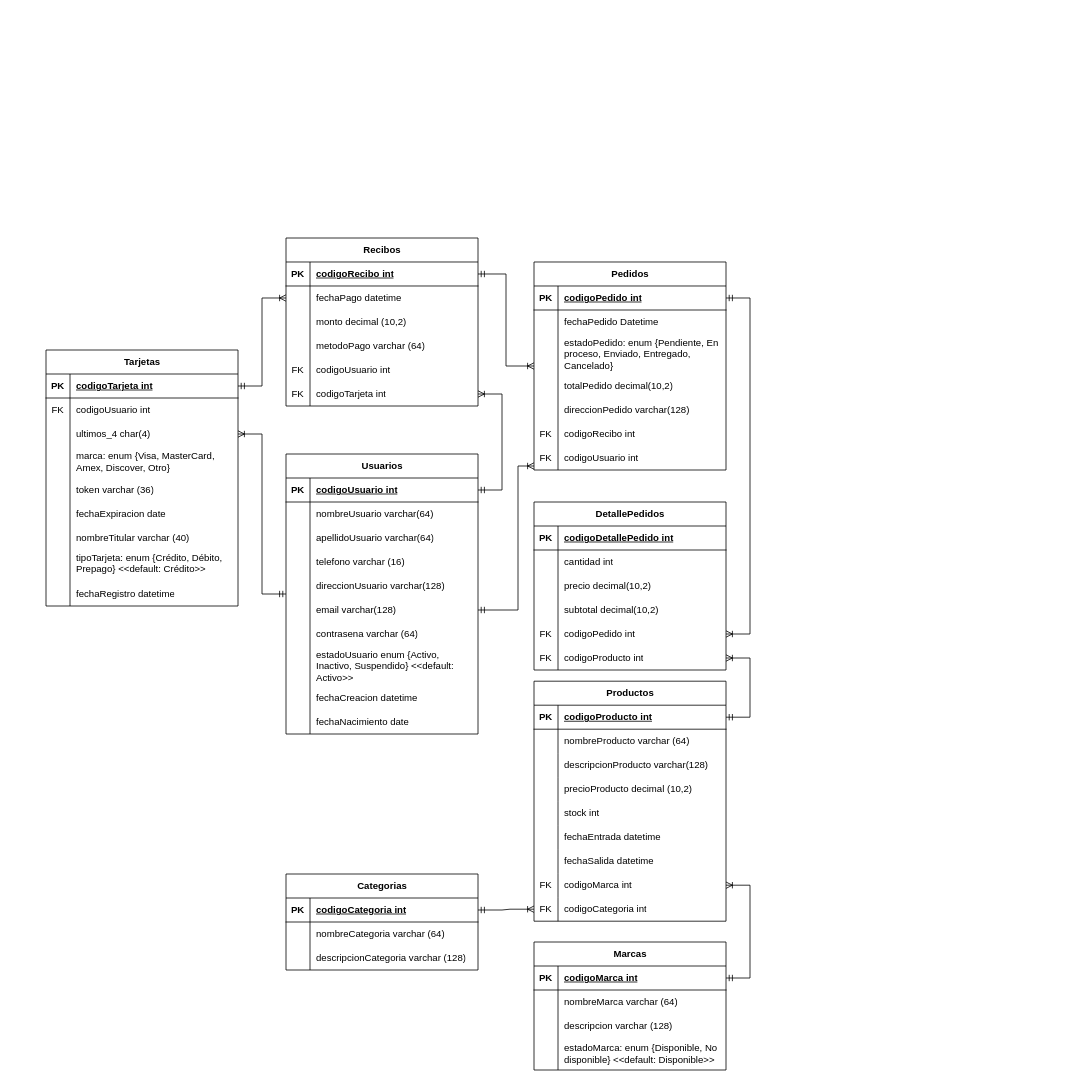
Earlier version of the draw.io diagram project-resources/ProyectoBimestral3.drawio (JackFallas/HyprdeskApplicationWeb). Source tidied: cells renumbered, new cells numbered last; positions are measured from the earlier drawing's top-left corner, leaving out a move shared by most shapes. Both pictures are drawn from the tidied source at 80%, with x=0, y=0 at pixel (46, 238).
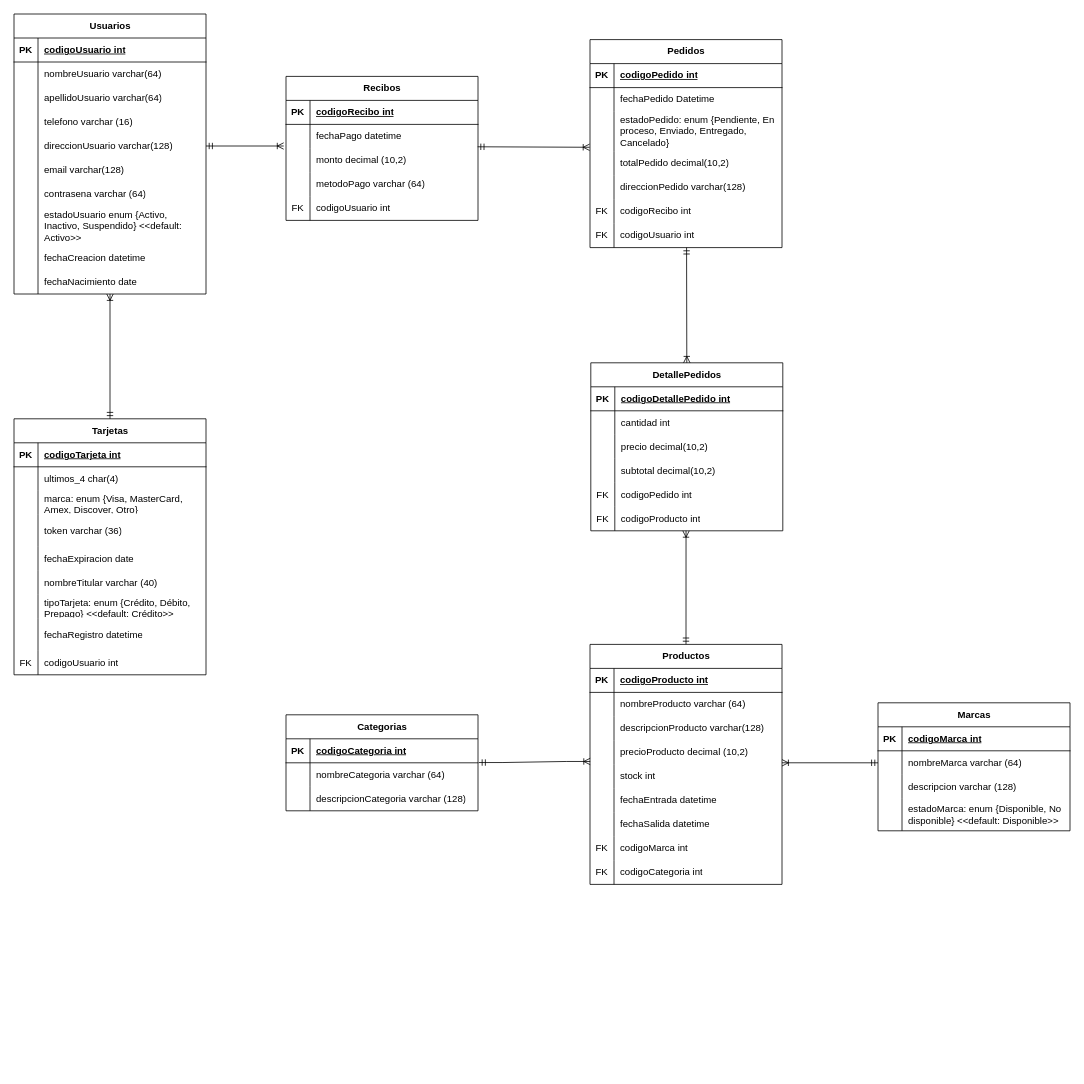
Above is the later version.

Commit message:
T33 - Corrección del diagrama UML

q
q

Unchanged cells that the change refers to:
```xml
<mxCell id="3" style="shape=tableRow;horizontal=0;startSize=0;swimlaneHead=0;swimlaneBody=0;fillColor=none;points=[[0,0.5],[1,0.5]];portConstraint=eastwest;top=0;left=0;right=0;bottom=1;" parent="2" vertex="1">
<mxCell id="15" style="shape=tableRow;horizontal=0;startSize=0;swimlaneHead=0;swimlaneBody=0;fillColor=none;points=[[0,0.5],[1,0.5]];portConstraint=eastwest;top=0;left=0;right=0;bottom=0;" parent="2" vertex="1">
<mxCell id="18" style="shape=tableRow;horizontal=0;startSize=0;swimlaneHead=0;swimlaneBody=0;fillColor=none;points=[[0,0.5],[1,0.5]];portConstraint=eastwest;top=0;left=0;right=0;bottom=0;" parent="2" vertex="1">
<mxCell id="30" style="shape=tableRow;horizontal=0;startSize=0;swimlaneHead=0;swimlaneBody=0;fillColor=none;points=[[0,0.5],[1,0.5]];portConstraint=eastwest;top=0;left=0;right=0;bottom=0;" parent="2" vertex="1">
<mxCell id="34" style="shape=tableRow;horizontal=0;startSize=0;swimlaneHead=0;swimlaneBody=0;fillColor=none;points=[[0,0.5],[1,0.5]];portConstraint=eastwest;top=0;left=0;right=0;bottom=1;" parent="33" vertex="1">
<mxCell id="37" style="shape=tableRow;horizontal=0;startSize=0;swimlaneHead=0;swimlaneBody=0;fillColor=none;points=[[0,0.5],[1,0.5]];portConstraint=eastwest;top=0;left=0;right=0;bottom=0;" parent="33" vertex="1">
<mxCell id="44" style="shape=tableRow;horizontal=0;startSize=0;swimlaneHead=0;swimlaneBody=0;fillColor=none;points=[[0,0.5],[1,0.5]];portConstraint=eastwest;top=0;left=0;right=0;bottom=1;" parent="43" vertex="1">
<mxCell id="50" style="shape=tableRow;horizontal=0;startSize=0;swimlaneHead=0;swimlaneBody=0;fillColor=none;points=[[0,0.5],[1,0.5]];portConstraint=eastwest;top=0;left=0;right=0;bottom=0;" parent="43" vertex="1">
<mxCell id="62" style="shape=tableRow;horizontal=0;startSize=0;swimlaneHead=0;swimlaneBody=0;fillColor=none;points=[[0,0.5],[1,0.5]];portConstraint=eastwest;top=0;left=0;right=0;bottom=0;" parent="43" vertex="1">
<mxCell id="78" style="shape=tableRow;horizontal=0;startSize=0;swimlaneHead=0;swimlaneBody=0;fillColor=none;points=[[0,0.5],[1,0.5]];portConstraint=eastwest;top=0;left=0;right=0;bottom=0;" parent="65" vertex="1">
<mxCell id="81" style="shape=tableRow;horizontal=0;startSize=0;swimlaneHead=0;swimlaneBody=0;fillColor=none;points=[[0,0.5],[1,0.5]];portConstraint=eastwest;top=0;left=0;right=0;bottom=0;" parent="65" vertex="1">
<mxCell id="89" style="shape=tableRow;horizontal=0;startSize=0;swimlaneHead=0;swimlaneBody=0;fillColor=none;points=[[0,0.5],[1,0.5]];portConstraint=eastwest;top=0;left=0;right=0;bottom=1;" parent="88" vertex="1">
<mxCell id="98" style="shape=tableRow;horizontal=0;startSize=0;swimlaneHead=0;swimlaneBody=0;fillColor=none;points=[[0,0.5],[1,0.5]];portConstraint=eastwest;top=0;left=0;right=0;bottom=0;" parent="88" vertex="1">
<mxCell id="101" style="shape=tableRow;horizontal=0;startSize=0;swimlaneHead=0;swimlaneBody=0;fillColor=none;points=[[0,0.5],[1,0.5]];portConstraint=eastwest;top=0;left=0;right=0;bottom=0;" parent="88" vertex="1">
<mxCell id="110" style="shape=tableRow;horizontal=0;startSize=0;swimlaneHead=0;swimlaneBody=0;fillColor=none;points=[[0,0.5],[1,0.5]];portConstraint=eastwest;top=0;left=0;right=0;bottom=0;" parent="88" vertex="1">
<mxCell id="113" style="shape=tableRow;horizontal=0;startSize=0;swimlaneHead=0;swimlaneBody=0;fillColor=none;points=[[0,0.5],[1,0.5]];portConstraint=eastwest;top=0;left=0;right=0;bottom=0;" parent="88" vertex="1">
<mxCell id="119" style="shape=tableRow;horizontal=0;startSize=0;swimlaneHead=0;swimlaneBody=0;fillColor=none;points=[[0,0.5],[1,0.5]];portConstraint=eastwest;top=0;left=0;right=0;bottom=1;" parent="118" vertex="1">
<mxCell id="122" style="shape=tableRow;horizontal=0;startSize=0;swimlaneHead=0;swimlaneBody=0;fillColor=none;points=[[0,0.5],[1,0.5]];portConstraint=eastwest;top=0;left=0;right=0;bottom=0;" parent="118" vertex="1">
<mxCell id="133" style="shape=tableRow;horizontal=0;startSize=0;swimlaneHead=0;swimlaneBody=0;fillColor=none;points=[[0,0.5],[1,0.5]];portConstraint=eastwest;top=0;left=0;right=0;bottom=1;" parent="132" vertex="1">
<mxCell id="136" style="shape=tableRow;horizontal=0;startSize=0;swimlaneHead=0;swimlaneBody=0;fillColor=none;top=0;left=0;right=0;bottom=0;" parent="132" vertex="1">
<mxCell id="139" style="shape=tableRow;horizontal=0;startSize=0;swimlaneHead=0;swimlaneBody=0;fillColor=none;points=[[0,0.5],[1,0.5]];portConstraint=eastwest;top=0;left=0;right=0;bottom=0;" parent="132" vertex="1">
<mxCell id="142" style="shape=tableRow;horizontal=0;startSize=0;swimlaneHead=0;swimlaneBody=0;fillColor=none;top=0;left=0;right=0;bottom=0;" parent="132" vertex="1">
<mxCell id="145" style="shape=tableRow;horizontal=0;startSize=0;swimlaneHead=0;swimlaneBody=0;fillColor=none;top=0;left=0;right=0;bottom=0;" parent="132" vertex="1">
<mxCell id="148" style="shape=tableRow;horizontal=0;startSize=0;swimlaneHead=0;swimlaneBody=0;fillColor=none;top=0;left=0;right=0;bottom=0;" parent="132" vertex="1">
<mxCell id="151" style="shape=tableRow;horizontal=0;startSize=0;swimlaneHead=0;swimlaneBody=0;fillColor=none;top=0;left=0;right=0;bottom=0;" parent="132" vertex="1">
<mxCell id="154" style="shape=tableRow;horizontal=0;startSize=0;swimlaneHead=0;swimlaneBody=0;fillColor=none;top=0;left=0;right=0;bottom=0;" parent="132" vertex="1">
<mxCell id="157" style="shape=tableRow;horizontal=0;startSize=0;swimlaneHead=0;swimlaneBody=0;fillColor=none;top=0;left=0;right=0;bottom=0;" parent="132" vertex="1">
<mxCell id="163" style="shape=tableRow;horizontal=0;startSize=0;swimlaneHead=0;swimlaneBody=0;fillColor=none;points=[[0,0.5],[1,0.5]];portConstraint=eastwest;top=0;left=0;right=0;bottom=1;" parent="162" vertex="1">
<mxCell id="166" style="shape=tableRow;horizontal=0;startSize=0;swimlaneHead=0;swimlaneBody=0;fillColor=none;points=[[0,0.5],[1,0.5]];portConstraint=eastwest;top=0;left=0;right=0;bottom=0;" parent="162" vertex="1">
<mxCell id="169" style="shape=tableRow;horizontal=0;startSize=0;swimlaneHead=0;swimlaneBody=0;fillColor=none;points=[[0,0.5],[1,0.5]];portConstraint=eastwest;top=0;left=0;right=0;bottom=0;" parent="162" vertex="1">
```

What changed in the source:
```diff
@@
     <mxCell id="2" value="Usuarios" style="shape=table;startSize=30;childLayout=tableLayout;rowLines=0;fontStyle=1;align=center;html=1;" parent="1" vertex="1">
-      <mxGeometry x="300" y="270" width="240" height="350" as="geometry" />
+      <mxGeometry x="-40" y="-280" width="240" height="350" as="geometry" />
     </mxCell>
@@
     <mxCell id="33" value="Categorias" style="shape=table;startSize=30;childLayout=tableLayout;rowLines=0;fontStyle=1;align=center;html=1;" parent="1" vertex="1">
-      <mxGeometry x="300" y="795" width="240" height="120" as="geometry" />
+      <mxGeometry x="300" y="596" width="240" height="120" as="geometry" />
     </mxCell>
@@
     <mxCell id="43" value="Pedidos" style="shape=table;startSize=30;childLayout=tableLayout;rowLines=0;fontStyle=1;align=center;html=1;" parent="1" vertex="1">
-      <mxGeometry x="610" y="30" width="240" height="260" as="geometry" />
+      <mxGeometry x="680" y="-248" width="240" height="260" as="geometry" />
     </mxCell>
@@
     <mxCell id="65" value="DetallePedidos" style="shape=table;startSize=30;childLayout=tableLayout;rowLines=0;fontStyle=1;align=center;html=1;" parent="1" vertex="1">
-      <mxGeometry x="610" y="330" width="240" height="210" as="geometry" />
+      <mxGeometry x="681" y="156" width="240" height="210" as="geometry" />
     </mxCell>
@@
-    <mxCell id="84" style="edgeStyle=orthogonalEdgeStyle;fontSize=12;html=1;endArrow=ERoneToMany;startArrow=ERmandOne;rounded=0;" parent="1" edge="1" source="18" target="62">
-      <mxGeometry relative="1" as="geometry">
-        <Array as="points">
-          <mxPoint x="590" y="465" />
-          <mxPoint x="590" y="285" />
-        </Array>
-      </mxGeometry>
-    </mxCell>
-    <mxCell id="85" style="edgeStyle=entityRelationEdgeStyle;fontSize=12;html=1;endArrow=ERoneToMany;startArrow=ERmandOne;rounded=0;" parent="1" edge="1" source="44" target="78">
+    <mxCell id="85" style="fontSize=12;html=1;endArrow=ERoneToMany;startArrow=ERmandOne;rounded=0;entryX=0.5;entryY=0;entryDx=0;entryDy=0;exitX=0.503;exitY=1;exitDx=0;exitDy=0;exitPerimeter=0;" parent="1" edge="1" source="62" target="65">
       <mxGeometry relative="1" as="geometry" />
     </mxCell>
-    <mxCell id="86" style="edgeStyle=entityRelationEdgeStyle;fontSize=12;html=1;endArrow=ERoneToMany;startArrow=ERmandOne;rounded=0;" parent="1" edge="1" source="89" target="81">
-      <mxGeometry relative="1" as="geometry">
-        <Array as="points">
-          <mxPoint x="780" y="390" />
-          <mxPoint x="900" y="400" />
-          <mxPoint x="820" y="430" />
-        </Array>
-      </mxGeometry>
+    <mxCell id="86" style="fontSize=12;html=1;endArrow=ERoneToMany;startArrow=ERmandOne;rounded=0;exitX=0.5;exitY=0;exitDx=0;exitDy=0;entryX=0.496;entryY=1;entryDx=0;entryDy=0;entryPerimeter=0;" parent="1" edge="1" source="88" target="81">
+      <mxGeometry relative="1" as="geometry" />
     </mxCell>
-    <mxCell id="87" style="edgeStyle=entityRelationEdgeStyle;fontSize=12;html=1;endArrow=ERoneToMany;startArrow=ERmandOne;rounded=0;" parent="1" edge="1" source="34" target="113">
+    <mxCell id="87" style="edgeStyle=entityRelationEdgeStyle;fontSize=12;html=1;endArrow=ERoneToMany;startArrow=ERmandOne;rounded=0;exitX=1.005;exitY=-0.011;exitDx=0;exitDy=0;exitPerimeter=0;entryX=0.001;entryY=-0.122;entryDx=0;entryDy=0;entryPerimeter=0;" parent="1" edge="1" source="37" target="101">
       <mxGeometry relative="1" as="geometry" />
     </mxCell>
     <mxCell id="88" value="Productos" style="shape=table;startSize=30;childLayout=tableLayout;rowLines=0;fontStyle=1;align=center;html=1;" parent="1" vertex="1">
-      <mxGeometry x="610" y="554" width="240" height="300" as="geometry" />
+      <mxGeometry x="680" y="508" width="240" height="300" as="geometry" />
     </mxCell>
@@
-    <mxCell id="116" style="edgeStyle=orthogonalEdgeStyle;fontSize=12;html=1;endArrow=ERoneToMany;startArrow=ERmandOne;rounded=0;" parent="1" edge="1" source="163" target="43">
-      <mxGeometry relative="1" as="geometry" />
-    </mxCell>
-    <mxCell id="117" style="edgeStyle=entityRelationEdgeStyle;fontSize=12;html=1;endArrow=ERoneToMany;startArrow=ERmandOne;rounded=0;" parent="1" edge="1" source="2" target="139">
-      <mxGeometry relative="1" as="geometry" />
-    </mxCell>
     <mxCell id="118" value="Marcas" style="shape=table;startSize=30;childLayout=tableLayout;rowLines=0;fontStyle=1;align=center;html=1;" parent="1" vertex="1">
-      <mxGeometry x="610" y="880" width="240" height="160" as="geometry" />
+      <mxGeometry x="1040" y="581" width="240" height="160" as="geometry" />
     </mxCell>
@@
-    <mxCell id="131" style="edgeStyle=entityRelationEdgeStyle;fontSize=12;html=1;endArrow=ERoneToMany;startArrow=ERmandOne;rounded=0;" parent="1" edge="1" source="119" target="110">
+    <mxCell id="131" style="edgeStyle=entityRelationEdgeStyle;fontSize=12;html=1;endArrow=ERoneToMany;startArrow=ERmandOne;rounded=0;entryX=1;entryY=0.933;entryDx=0;entryDy=0;entryPerimeter=0;exitX=0;exitY=0.5;exitDx=0;exitDy=0;" parent="1" edge="1" source="122" target="98">
       <mxGeometry relative="1" as="geometry" />
     </mxCell>
     <mxCell id="132" value="Tarjetas" style="shape=table;startSize=30;childLayout=tableLayout;rowLines=0;fontStyle=1;align=center;html=1;" parent="1" vertex="1">
-      <mxGeometry y="140" width="240" height="320" as="geometry" />
+      <mxGeometry x="-40" y="226" width="240" height="320" as="geometry" />
     </mxCell>
@@
-    <mxCell id="137" value="FK" style="shape=partialRectangle;fillColor=none;top=0;left=0;bottom=0;right=0;overflow=hidden;whiteSpace=wrap;html=1;" parent="136" vertex="1">
+    <mxCell id="137" style="shape=partialRectangle;fillColor=none;top=0;left=0;bottom=0;right=0;overflow=hidden;whiteSpace=wrap;html=1;" parent="136" vertex="1">
       <mxGeometry width="30" height="30" as="geometry" />
     </mxCell>
-    <mxCell id="138" value="codigoUsuario int" style="shape=partialRectangle;fillColor=none;top=0;left=0;bottom=0;right=0;align=left;spacingLeft=6;overflow=hidden;whiteSpace=wrap;html=1;" parent="136" vertex="1">
+    <mxCell id="138" value="ultimos_4 char(4)" style="shape=partialRectangle;fillColor=none;top=0;left=0;bottom=0;right=0;align=left;spacingLeft=6;overflow=hidden;whiteSpace=wrap;html=1;" parent="136" vertex="1">
       <mxGeometry x="30" width="210" height="30" as="geometry" />
     </mxCell>
@@
-    <mxCell id="141" value="ultimos_4 char(4)" style="shape=partialRectangle;fillColor=none;top=0;left=0;bottom=0;right=0;align=left;spacingLeft=6;overflow=hidden;whiteSpace=wrap;html=1;" parent="139" vertex="1">
+    <mxCell id="141" value="marca: enum {Visa, MasterCard, Amex, Discover, Otro}" style="shape=partialRectangle;fillColor=none;top=0;left=0;bottom=0;right=0;align=left;spacingLeft=6;overflow=hidden;whiteSpace=wrap;html=1;" parent="139" vertex="1">
       <mxGeometry x="30" width="210" height="30" as="geometry" />
     </mxCell>
@@
-    <mxCell id="144" value="&lt;div&gt;marca: enum {Visa, MasterCard, Amex, Discover, Otro}&lt;/div&gt;" style="shape=partialRectangle;fillColor=none;top=0;left=0;bottom=0;right=0;align=left;spacingLeft=6;overflow=hidden;whiteSpace=wrap;html=1;" parent="142" vertex="1">
+    <mxCell id="144" value="token varchar (36)" style="shape=partialRectangle;fillColor=none;top=0;left=0;bottom=0;right=0;align=left;spacingLeft=6;overflow=hidden;whiteSpace=wrap;html=1;" parent="142" vertex="1">
       <mxGeometry x="30" width="210" height="40" as="geometry" />
     </mxCell>
@@
-    <mxCell id="147" value="token varchar (36)" style="shape=partialRectangle;fillColor=none;top=0;left=0;bottom=0;right=0;align=left;spacingLeft=6;overflow=hidden;whiteSpace=wrap;html=1;" parent="145" vertex="1">
+    <mxCell id="147" value="fechaExpiracion date" style="shape=partialRectangle;fillColor=none;top=0;left=0;bottom=0;right=0;align=left;spacingLeft=6;overflow=hidden;whiteSpace=wrap;html=1;" parent="145" vertex="1">
       <mxGeometry x="30" width="210" height="30" as="geometry" />
     </mxCell>
@@
-    <mxCell id="150" value="fechaExpiracion date" style="shape=partialRectangle;fillColor=none;top=0;left=0;bottom=0;right=0;align=left;spacingLeft=6;overflow=hidden;whiteSpace=wrap;html=1;" parent="148" vertex="1">
+    <mxCell id="150" value="nombreTitular varchar (40)" style="shape=partialRectangle;fillColor=none;top=0;left=0;bottom=0;right=0;align=left;spacingLeft=6;overflow=hidden;whiteSpace=wrap;html=1;" parent="148" vertex="1">
       <mxGeometry x="30" width="210" height="30" as="geometry" />
     </mxCell>
@@
-    <mxCell id="153" value="nombreTitular varchar (40)" style="shape=partialRectangle;fillColor=none;top=0;left=0;bottom=0;right=0;align=left;spacingLeft=6;overflow=hidden;whiteSpace=wrap;html=1;" parent="151" vertex="1">
+    <mxCell id="153" value="&lt;div&gt;tipoTarjeta: enum {Crédito, Débito, Prepago} &amp;lt;&amp;lt;default: Crédito&amp;gt;&amp;gt;&lt;/div&gt;" style="shape=partialRectangle;fillColor=none;top=0;left=0;bottom=0;right=0;align=left;spacingLeft=6;overflow=hidden;whiteSpace=wrap;html=1;" parent="151" vertex="1">
       <mxGeometry x="30" width="210" height="30" as="geometry" />
     </mxCell>
@@
-    <mxCell id="156" value="&lt;div&gt;tipoTarjeta: enum {Crédito, Débito, Prepago} &amp;lt;&amp;lt;default: Crédito&amp;gt;&amp;gt;&lt;/div&gt;&lt;div&gt;&lt;br&gt;&lt;/div&gt;" style="shape=partialRectangle;fillColor=none;top=0;left=0;bottom=0;right=0;align=left;spacingLeft=6;overflow=hidden;whiteSpace=wrap;html=1;" parent="154" vertex="1">
+    <mxCell id="156" value="&lt;div&gt;fechaRegistro datetime&lt;/div&gt;" style="shape=partialRectangle;fillColor=none;top=0;left=0;bottom=0;right=0;align=left;spacingLeft=6;overflow=hidden;whiteSpace=wrap;html=1;" parent="154" vertex="1">
       <mxGeometry x="30" width="210" height="40" as="geometry" />
     </mxCell>
@@
-    <mxCell id="158" style="shape=partialRectangle;fillColor=none;top=0;left=0;bottom=0;right=0;overflow=hidden;whiteSpace=wrap;html=1;" parent="157" vertex="1">
+    <mxCell id="158" value="FK" style="shape=partialRectangle;fillColor=none;top=0;left=0;bottom=0;right=0;overflow=hidden;whiteSpace=wrap;html=1;" parent="157" vertex="1">
       <mxGeometry width="30" height="30" as="geometry" />
     </mxCell>
-    <mxCell id="159" value="fechaRegistro datetime" style="shape=partialRectangle;fillColor=none;top=0;left=0;bottom=0;right=0;align=left;spacingLeft=6;overflow=hidden;whiteSpace=wrap;html=1;" parent="157" vertex="1">
+    <mxCell id="159" value="codigoUsuario int" style="shape=partialRectangle;fillColor=none;top=0;left=0;bottom=0;right=0;align=left;spacingLeft=6;overflow=hidden;whiteSpace=wrap;html=1;" parent="157" vertex="1">
       <mxGeometry x="30" width="210" height="30" as="geometry" />
     </mxCell>
-    <mxCell id="160" style="edgeStyle=entityRelationEdgeStyle;fontSize=12;html=1;endArrow=ERoneToMany;startArrow=ERmandOne;rounded=0;" parent="1" edge="1" source="133" target="166">
-      <mxGeometry relative="1" as="geometry" />
-    </mxCell>
-    <mxCell id="161" style="edgeStyle=entityRelationEdgeStyle;fontSize=12;html=1;endArrow=ERoneToMany;startArrow=ERmandOne;rounded=0;" parent="1" edge="1" source="3" target="178">
-      <mxGeometry relative="1" as="geometry">
-        <Array as="points">
-          <mxPoint x="470" y="180" />
-        </Array>
-      </mxGeometry>
-    </mxCell>
     <mxCell id="162" value="Recibos" style="shape=table;startSize=30;childLayout=tableLayout;rowLines=0;fontStyle=1;align=center;html=1;" parent="1" vertex="1">
-      <mxGeometry x="300" width="240" height="210" as="geometry" />
+      <mxGeometry x="300" y="-202" width="240" height="180" as="geometry" />
     </mxCell>
@@
-    <mxCell id="178" style="shape=tableRow;horizontal=0;startSize=0;swimlaneHead=0;swimlaneBody=0;fillColor=none;points=[[0,0.5],[1,0.5]];portConstraint=eastwest;top=0;left=0;right=0;bottom=0;" parent="162" vertex="1">
-      <mxGeometry y="180" width="240" height="30" as="geometry" />
-    </mxCell>
-    <mxCell id="179" value="FK" style="shape=partialRectangle;fillColor=none;top=0;left=0;bottom=0;right=0;overflow=hidden;whiteSpace=wrap;html=1;" parent="178" vertex="1">
-      <mxGeometry width="30" height="30" as="geometry" />
-    </mxCell>
-    <mxCell id="180" value="codigoTarjeta int" style="shape=partialRectangle;fillColor=none;top=0;left=0;bottom=0;right=0;align=left;spacingLeft=6;overflow=hidden;whiteSpace=wrap;html=1;" parent="178" vertex="1">
-      <mxGeometry x="30" width="210" height="30" as="geometry" />
-    </mxCell>
+    <mxCell id="181" style="fontSize=12;html=1;endArrow=ERoneToMany;startArrow=ERmandOne;rounded=0;exitX=0.5;exitY=0;exitDx=0;exitDy=0;entryX=0.5;entryY=1;entryDx=0;entryDy=0;entryPerimeter=0;" parent="1" edge="1" source="132" target="30">
+      <mxGeometry relative="1" as="geometry" />
+    </mxCell>
+    <mxCell id="182" style="fontSize=12;html=1;endArrow=ERmandOne;startArrow=ERoneToMany;rounded=0;exitX=-0.012;exitY=-0.1;exitDx=0;exitDy=0;entryX=1;entryY=0.5;entryDx=0;entryDy=0;exitPerimeter=0;startFill=0;endFill=0;" parent="1" edge="1" source="169" target="15">
+      <mxGeometry relative="1" as="geometry" />
+    </mxCell>
+    <mxCell id="183" style="fontSize=12;html=1;endArrow=ERoneToMany;startArrow=ERmandOne;rounded=0;exitX=0.998;exitY=-0.067;exitDx=0;exitDy=0;exitPerimeter=0;entryX=-0.002;entryY=0.892;entryDx=0;entryDy=0;entryPerimeter=0;" parent="1" edge="1" source="169" target="50">
+      <mxGeometry relative="1" as="geometry" />
+    </mxCell>
```
